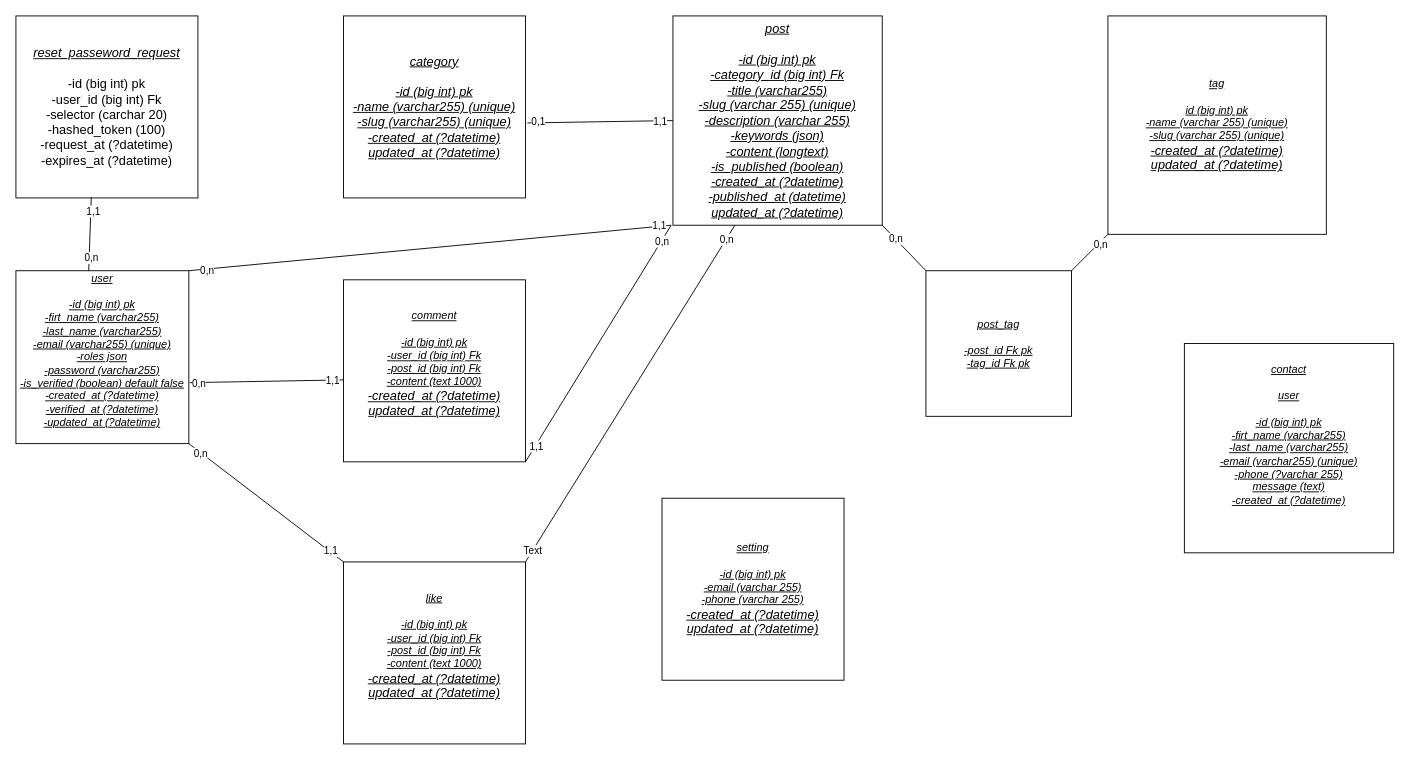
This is documentation/conception.drawio from 77Matt77/mexico_12_symfony_blog, a draw.io file, before an edit. Source tidied: cells renumbered, new cells numbered last; positions are measured from the earlier drawing's top-left corner, leaving out a move shared by most shapes. Both pictures are drawn from the tidied source at 91%, with x=0, y=0 at pixel (15, 15).
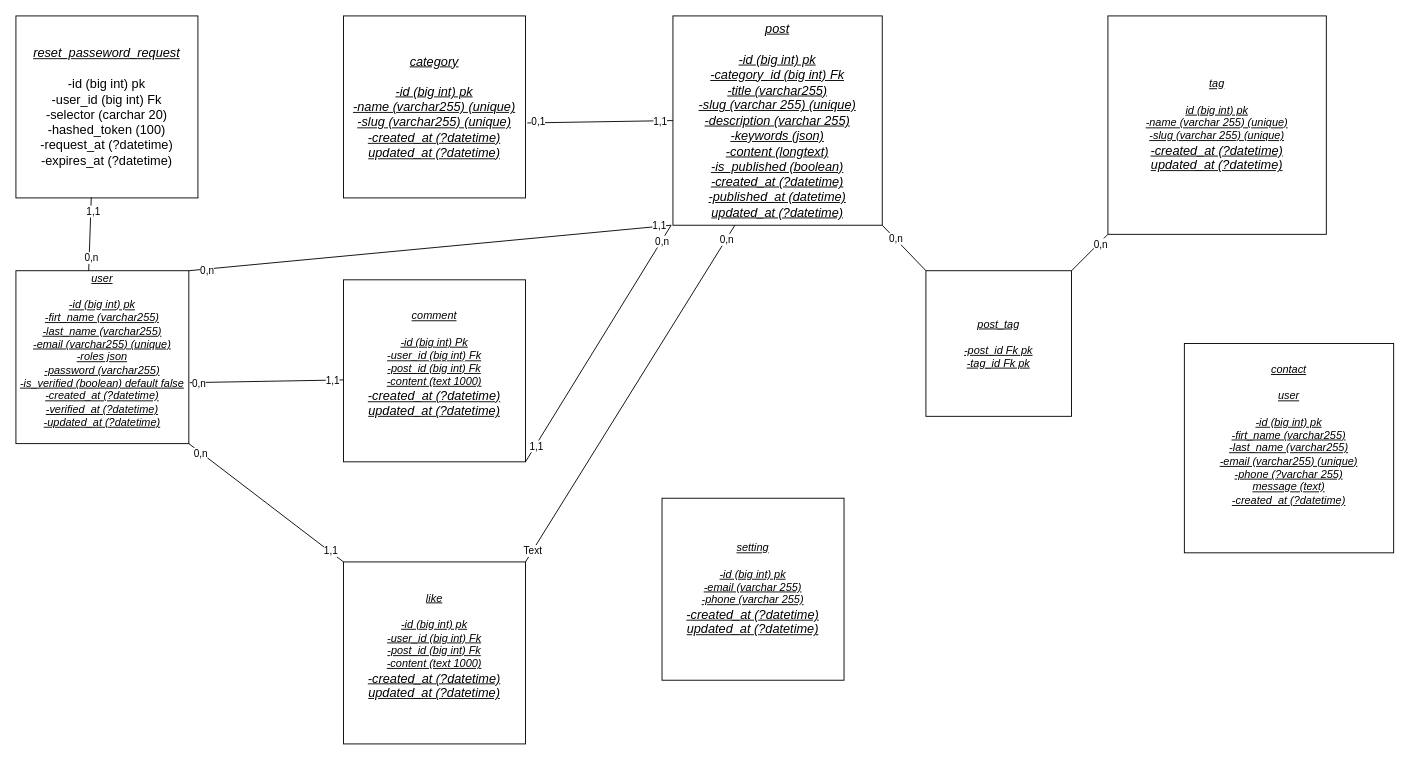
Above is the later version.

Change to the diagram source:
```diff
@@
-    <mxCell id="15" value="&lt;u&gt;&lt;i&gt;comment&lt;br&gt;&lt;br&gt;-id (big int) pk&lt;br&gt;-user_id (big int) Fk&lt;br&gt;-post_id (big int) Fk&lt;br&gt;-content (text 1000)&lt;br&gt;&lt;/i&gt;&lt;/u&gt;&lt;i style=&quot;font-size: 14px;&quot;&gt;&lt;u&gt;-created_at (?datetime)&lt;br&gt;updated_at (?datetime)&lt;/u&gt;&lt;/i&gt;&lt;u&gt;&lt;i&gt;&lt;br&gt;&lt;br&gt;&lt;/i&gt;&lt;/u&gt;" style="whiteSpace=wrap;html=1;" parent="1" vertex="1">
+    <mxCell id="15" value="&lt;u&gt;&lt;i&gt;comment&lt;br&gt;&lt;br&gt;-id (big int) Pk&lt;br&gt;-user_id (big int) Fk&lt;br&gt;-post_id (big int) Fk&lt;br&gt;-content (text 1000)&lt;br&gt;&lt;/i&gt;&lt;/u&gt;&lt;i style=&quot;font-size: 14px;&quot;&gt;&lt;u&gt;-created_at (?datetime)&lt;br&gt;updated_at (?datetime)&lt;/u&gt;&lt;/i&gt;&lt;u&gt;&lt;i&gt;&lt;br&gt;&lt;br&gt;&lt;/i&gt;&lt;/u&gt;" style="whiteSpace=wrap;html=1;" parent="1" vertex="1">
       <mxGeometry x="360" y="290" width="200" height="200" as="geometry" />
     </mxCell>
```
